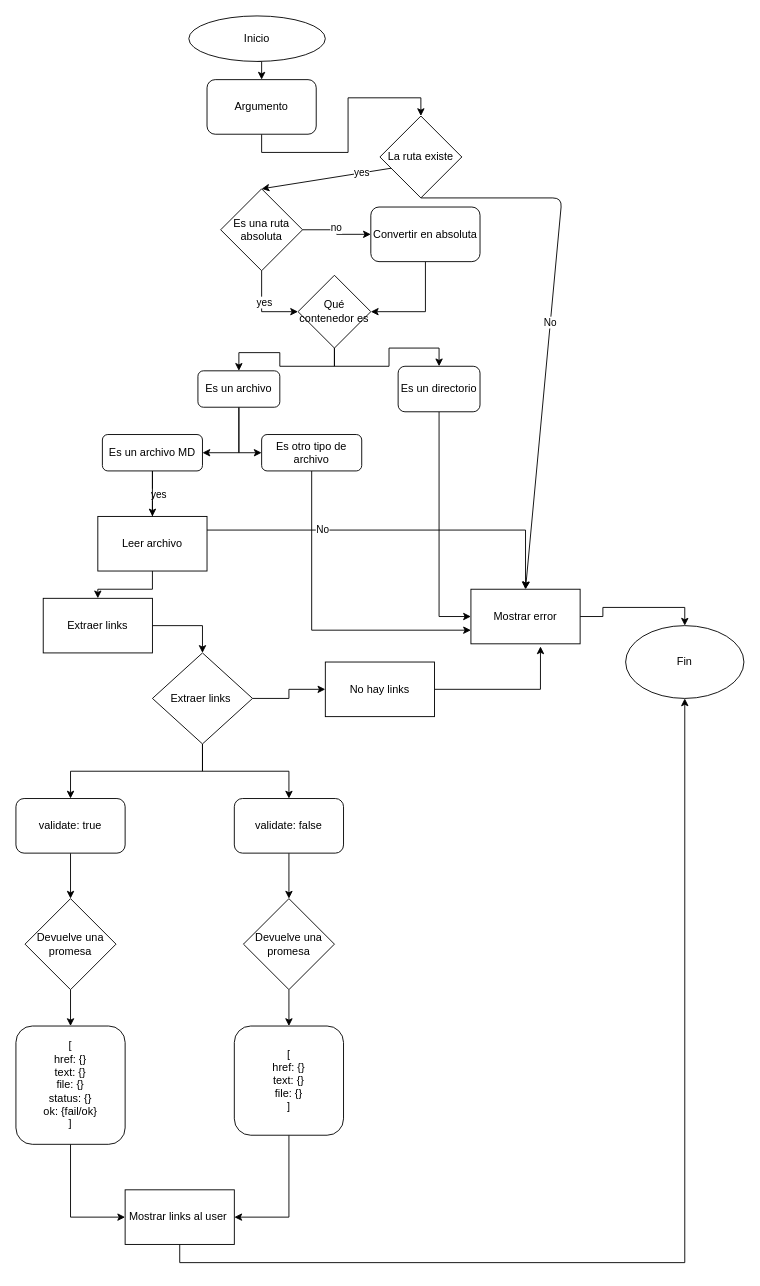
annmora13/DEV007-md-links keeps this draw.io diagram as Diagrama_de_procesoss.drawio. Above is the earlier version. Source tidied: cells renumbered, new cells numbered last; positions are measured from the earlier drawing's top-left corner, leaving out a move shared by most shapes. Both pictures are drawn from the tidied source at 91%, with x=0, y=0 at pixel (15, 15).
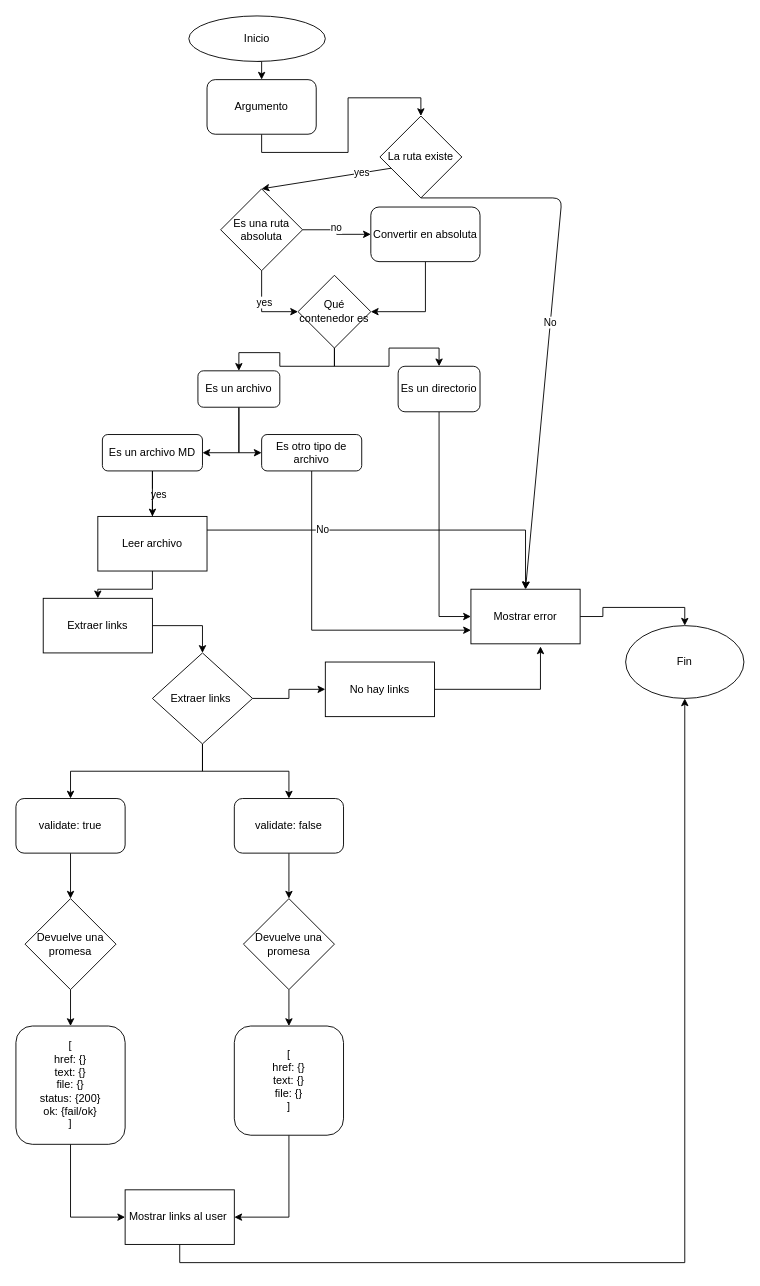
Above is the later version.

The edit, as a diff of the source:
```diff
@@
-    <mxCell id="40" value="[&lt;br&gt;href: {}&lt;br&gt;text: {}&lt;br&gt;file: {}&lt;br&gt;status: {}&lt;br&gt;ok: {fail/ok}&lt;br&gt;]" style="rounded=1;whiteSpace=wrap;html=1;" parent="1" vertex="1">
+    <mxCell id="40" value="[&lt;br&gt;href: {}&lt;br&gt;text: {}&lt;br&gt;file: {}&lt;br&gt;status: {200}&lt;br&gt;ok: {fail/ok}&lt;br&gt;]" style="rounded=1;whiteSpace=wrap;html=1;" parent="1" vertex="1">
       <mxGeometry y="1110" width="120" height="130" as="geometry" />
     </mxCell>
```
